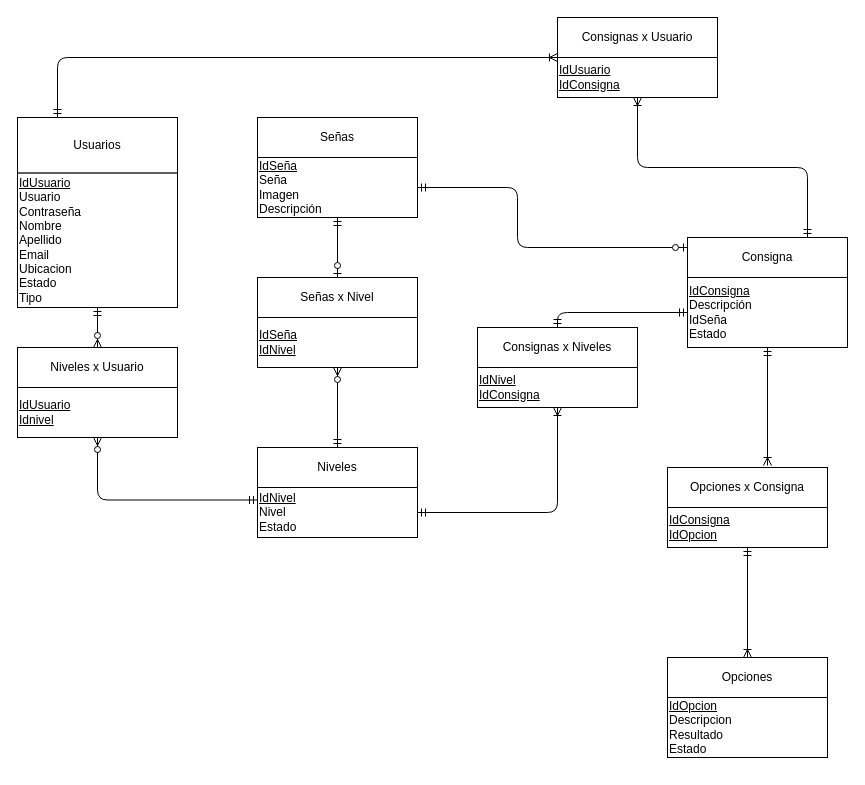
AxelNegro/PA2_Grupo1 keeps this draw.io diagram as Documentación/DER.drawio. Above is the earlier version. Source tidied: cells renumbered, new cells numbered last; positions are measured from the earlier drawing's top-left corner, leaving out a move shared by most shapes. Both pictures are drawn from the tidied source at 100%, with x=0, y=0 at pixel (17, 17).
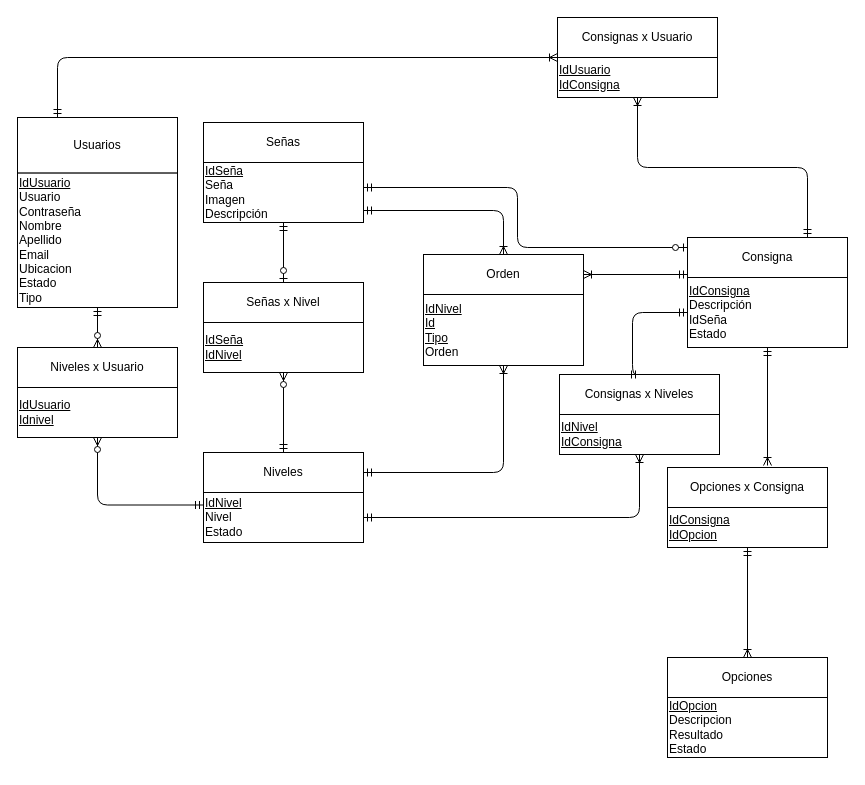
After the change.

Commit message (it also covers changes not shown here):
Actualizada documentación

The change refers to these unchanged cells:
```xml
<mxCell id="9" value="&lt;div&gt;&lt;u&gt;IdConsigna&lt;/u&gt;&lt;/div&gt;&lt;div&gt;Descripción&lt;/div&gt;&lt;div&gt;IdSeña&lt;/div&gt;&lt;div&gt;Estado&lt;br&gt;&lt;u&gt;&lt;/u&gt;&lt;/div&gt;" style="rounded=0;whiteSpace=wrap;html=1;align=left;" parent="8" vertex="1">
  <mxGeometry y="40" width="160" height="70" as="geometry" />
</mxCell>
<mxCell id="13" value="Niveles" style="rounded=0;whiteSpace=wrap;html=1;" parent="11" vertex="1">
  <mxGeometry width="160" height="40" as="geometry" />
</mxCell>
<mxCell id="15" value="&lt;div&gt;&lt;u&gt;IdSeña&lt;/u&gt;&lt;/div&gt;&lt;div&gt;Seña&lt;/div&gt;&lt;div&gt;Imagen&lt;br&gt;&lt;/div&gt;&lt;div&gt;Descripción&lt;/div&gt;" style="rounded=0;whiteSpace=wrap;html=1;align=left;" parent="14" vertex="1">
  <mxGeometry y="40" width="160" height="60" as="geometry" />
</mxCell>
<mxCell id="30" value="Consignas x Niveles" style="rounded=0;whiteSpace=wrap;html=1;" parent="28" vertex="1">
  <mxGeometry width="160" height="40" as="geometry" />
</mxCell>
```

What changed in the source:
```diff
@@
     <mxCell id="11" style="group;" parent="1" vertex="1">
-      <mxGeometry x="240" y="430" width="160" height="90" as="geometry" />
+      <mxGeometry x="186" y="435" width="160" height="90" as="geometry" />
     </mxCell>
@@
     <mxCell id="14" style="group;" parent="1" vertex="1">
-      <mxGeometry x="240" y="100" width="160" height="100" as="geometry" />
+      <mxGeometry x="186" y="105" width="160" height="100" as="geometry" />
     </mxCell>
@@
     <mxCell id="17" style="group;" parent="1" vertex="1">
-      <mxGeometry x="240" y="260" width="160" height="90" as="geometry" />
+      <mxGeometry x="186" y="265" width="160" height="90" as="geometry" />
     </mxCell>
@@
     <mxCell id="28" style="group;" parent="1" vertex="1">
-      <mxGeometry x="460" y="310" width="160" height="90" as="geometry" />
+      <mxGeometry x="542" y="357" width="160" height="90" as="geometry" />
     </mxCell>
@@
     <mxCell id="31" style="edgeStyle=orthogonalEdgeStyle;rounded=1;jettySize=auto;html=1;entryX=0.5;entryY=0;entryDx=0;entryDy=0;startArrow=ERmandOne;startFill=0;endArrow=ERmandOne;endFill=0;strokeColor=#000000;" parent="1" edge="1" source="9" target="30">
       <mxGeometry relative="1" as="geometry">
         <Array as="points">
-          <mxPoint x="540" y="295" />
+          <mxPoint x="615" y="295" />
         </Array>
       </mxGeometry>
     </mxCell>
@@
+    <mxCell id="42" style="group;" parent="1" vertex="1">
+      <mxGeometry x="406" y="237" width="160" height="111" as="geometry" />
+    </mxCell>
+    <mxCell id="43" value="&lt;div&gt;&lt;u&gt;IdNivel&lt;/u&gt;&lt;/div&gt;&lt;div&gt;&lt;u&gt;Id&lt;/u&gt;&lt;/div&gt;&lt;div&gt;&lt;u&gt;Tipo&lt;/u&gt;&lt;/div&gt;&lt;div&gt;Orden&lt;/div&gt;" style="rounded=0;whiteSpace=wrap;html=1;align=left;" parent="42" vertex="1">
+      <mxGeometry y="40" width="160" height="71" as="geometry" />
+    </mxCell>
+    <mxCell id="44" value="Orden" style="rounded=0;whiteSpace=wrap;html=1;" parent="42" vertex="1">
+      <mxGeometry width="160" height="40" as="geometry" />
+    </mxCell>
+    <mxCell id="45" style="edgeStyle=orthogonalEdgeStyle;rounded=1;jettySize=auto;html=1;entryX=0.5;entryY=0;entryDx=0;entryDy=0;startArrow=ERmandOne;startFill=0;endArrow=ERoneToMany;endFill=0;" parent="1" edge="1" source="15" target="44">
+      <mxGeometry relative="1" as="geometry">
+        <Array as="points">
+          <mxPoint x="486" y="193" />
+        </Array>
+      </mxGeometry>
+    </mxCell>
+    <mxCell id="46" style="edgeStyle=orthogonalEdgeStyle;rounded=1;jettySize=auto;html=1;startArrow=ERmandOne;startFill=0;endArrow=ERoneToMany;endFill=0;entryX=1;entryY=0.5;entryDx=0;entryDy=0;" parent="1" edge="1" target="44">
+      <mxGeometry relative="1" as="geometry">
+        <mxPoint x="670" y="257" as="sourcePoint" />
+        <Array as="points">
+          <mxPoint x="670" y="257" />
+        </Array>
+      </mxGeometry>
+    </mxCell>
+    <mxCell id="47" style="edgeStyle=orthogonalEdgeStyle;rounded=1;jettySize=auto;html=1;exitX=1;exitY=0.5;exitDx=0;exitDy=0;startArrow=ERmandOne;startFill=0;endArrow=ERoneToMany;endFill=0;" parent="1" edge="1" source="13" target="43">
+      <mxGeometry relative="1" as="geometry" />
+    </mxCell>
```
